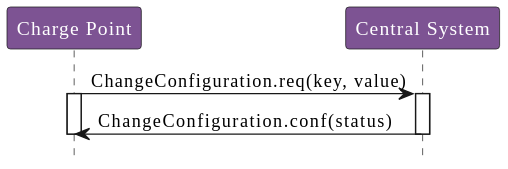
The PlantUML diagram OCPP_1.6/images/figure_24.svg in phoi5675/ocpp-markdown, before a commit. Source of this version:
```plantuml
@startuml
!include style.puml

participant "Charge Point" as ChargePoint
participant "Central System" as CentralSystem

ChargePoint -> CentralSystem : ChangeConfiguration.req(key, value)

activate ChargePoint
activate CentralSystem

CentralSystem -> ChargePoint : ChangeConfiguration.conf(status)

deactivate CentralSystem
deactivate ChargePoint
@enduml
```
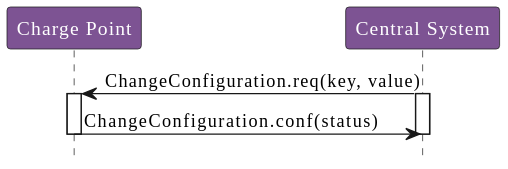
Later version of the same file.

The edit, as a diff of the source:
```diff
@@ -4,12 +4,12 @@
 participant "Charge Point" as ChargePoint
 participant "Central System" as CentralSystem
 
-ChargePoint -> CentralSystem : ChangeConfiguration.req(key, value)
+CentralSystem -> ChargePoint : ChangeConfiguration.req(key, value)
 
 activate ChargePoint
 activate CentralSystem
 
-CentralSystem -> ChargePoint : ChangeConfiguration.conf(status)
+ChargePoint -> CentralSystem : ChangeConfiguration.conf(status)
 
 deactivate CentralSystem
 deactivate ChargePoint
```
